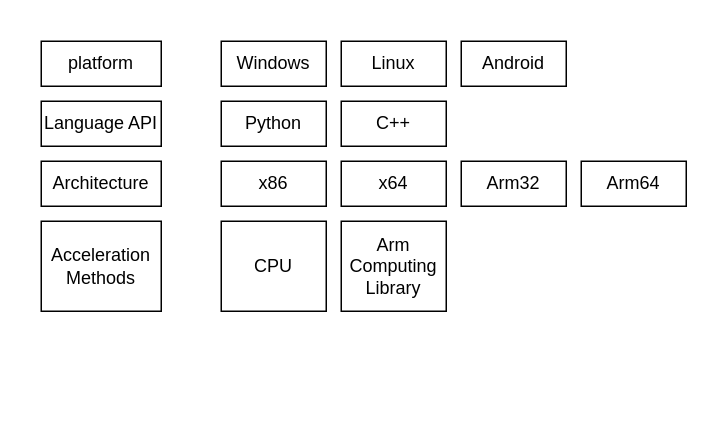
The draw.io diagram runtime.drawio in foreignbill/drawio, before the edit. Source tidied: cells renumbered, new cells numbered last; positions are measured from the earlier drawing's top-left corner, leaving out a move shared by most shapes. Both pictures are drawn from the tidied source at 150%, with x=0, y=0 at pixel (40, 40).
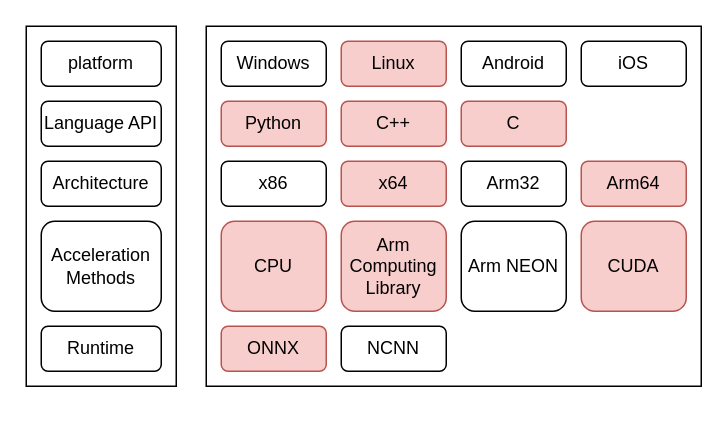
Above is the later version.

The edit, as a diff of the source:
```diff
@@
+    <mxCell id="17" style="rounded=0;whiteSpace=wrap;html=1;" parent="1" vertex="1">
+      <mxGeometry x="110" y="-10" width="330" height="240" as="geometry" />
+    </mxCell>
+    <mxCell id="18" style="rounded=0;whiteSpace=wrap;html=1;" parent="1" vertex="1">
+      <mxGeometry x="-10" y="-10" width="100" height="240" as="geometry" />
+    </mxCell>
-    <mxCell id="2" value="platform" style="rounded=0;whiteSpace=wrap;html=1;" parent="1" vertex="1">
+    <mxCell id="2" value="platform" style="rounded=1;whiteSpace=wrap;html=1;" parent="1" vertex="1">
       <mxGeometry width="80" height="30" as="geometry" />
     </mxCell>
-    <mxCell id="3" value="Language API" style="rounded=0;whiteSpace=wrap;html=1;" parent="1" vertex="1">
+    <mxCell id="3" value="Language API" style="rounded=1;whiteSpace=wrap;html=1;" parent="1" vertex="1">
       <mxGeometry y="40" width="80" height="30" as="geometry" />
     </mxCell>
-    <mxCell id="4" value="Windows" style="rounded=0;whiteSpace=wrap;html=1;" parent="1" vertex="1">
+    <mxCell id="4" value="Windows" style="rounded=1;whiteSpace=wrap;html=1;" parent="1" vertex="1">
       <mxGeometry x="120" width="70" height="30" as="geometry" />
     </mxCell>
-    <mxCell id="5" value="Linux" style="rounded=0;whiteSpace=wrap;html=1;" parent="1" vertex="1">
+    <mxCell id="5" value="Linux" style="rounded=1;whiteSpace=wrap;html=1;fillColor=#f8cecc;strokeColor=#b85450;" parent="1" vertex="1">
       <mxGeometry x="200" width="70" height="30" as="geometry" />
     </mxCell>
-    <mxCell id="6" value="Android" style="rounded=0;whiteSpace=wrap;html=1;" parent="1" vertex="1">
+    <mxCell id="6" value="Android" style="rounded=1;whiteSpace=wrap;html=1;" parent="1" vertex="1">
       <mxGeometry x="280" width="70" height="30" as="geometry" />
     </mxCell>
-    <mxCell id="7" value="Python" style="rounded=0;whiteSpace=wrap;html=1;" parent="1" vertex="1">
+    <mxCell id="7" value="Python" style="rounded=1;whiteSpace=wrap;html=1;fillColor=#f8cecc;strokeColor=#b85450;" parent="1" vertex="1">
       <mxGeometry x="120" y="40" width="70" height="30" as="geometry" />
     </mxCell>
-    <mxCell id="8" value="C++" style="rounded=0;whiteSpace=wrap;html=1;" parent="1" vertex="1">
+    <mxCell id="8" value="C++" style="rounded=1;whiteSpace=wrap;html=1;fillColor=#f8cecc;strokeColor=#b85450;" parent="1" vertex="1">
       <mxGeometry x="200" y="40" width="70" height="30" as="geometry" />
     </mxCell>
-    <mxCell id="9" value="Architecture" style="rounded=0;whiteSpace=wrap;html=1;" parent="1" vertex="1">
+    <mxCell id="9" value="Architecture" style="rounded=1;whiteSpace=wrap;html=1;" parent="1" vertex="1">
       <mxGeometry y="80" width="80" height="30" as="geometry" />
     </mxCell>
-    <mxCell id="10" value="x86" style="rounded=0;whiteSpace=wrap;html=1;" parent="1" vertex="1">
+    <mxCell id="10" value="x86" style="rounded=1;whiteSpace=wrap;html=1;" parent="1" vertex="1">
       <mxGeometry x="120" y="80" width="70" height="30" as="geometry" />
     </mxCell>
-    <mxCell id="11" value="x64" style="rounded=0;whiteSpace=wrap;html=1;" parent="1" vertex="1">
+    <mxCell id="11" value="x64" style="rounded=1;whiteSpace=wrap;html=1;fillColor=#f8cecc;strokeColor=#b85450;" parent="1" vertex="1">
       <mxGeometry x="200" y="80" width="70" height="30" as="geometry" />
     </mxCell>
-    <mxCell id="12" value="Arm32" style="rounded=0;whiteSpace=wrap;html=1;" parent="1" vertex="1">
+    <mxCell id="12" value="Arm32" style="rounded=1;whiteSpace=wrap;html=1;" parent="1" vertex="1">
       <mxGeometry x="280" y="80" width="70" height="30" as="geometry" />
     </mxCell>
-    <mxCell id="13" value="Arm64" style="rounded=0;whiteSpace=wrap;html=1;" parent="1" vertex="1">
+    <mxCell id="13" value="Arm64" style="rounded=1;whiteSpace=wrap;html=1;fillColor=#f8cecc;strokeColor=#b85450;" parent="1" vertex="1">
       <mxGeometry x="360" y="80" width="70" height="30" as="geometry" />
     </mxCell>
-    <mxCell id="14" value="Acceleration Methods" style="rounded=0;whiteSpace=wrap;html=1;" parent="1" vertex="1">
+    <mxCell id="14" value="Acceleration Methods" style="rounded=1;whiteSpace=wrap;html=1;" parent="1" vertex="1">
       <mxGeometry y="120" width="80" height="60" as="geometry" />
     </mxCell>
-    <mxCell id="15" value="CPU" style="rounded=0;whiteSpace=wrap;html=1;" parent="1" vertex="1">
+    <mxCell id="15" value="CPU" style="rounded=1;whiteSpace=wrap;html=1;fillColor=#f8cecc;strokeColor=#b85450;" parent="1" vertex="1">
       <mxGeometry x="120" y="120" width="70" height="60" as="geometry" />
     </mxCell>
-    <mxCell id="16" value="Arm Computing Library" style="rounded=0;whiteSpace=wrap;html=1;" parent="1" vertex="1">
+    <mxCell id="16" value="Arm Computing Library" style="rounded=1;whiteSpace=wrap;html=1;fillColor=#f8cecc;strokeColor=#b85450;" parent="1" vertex="1">
       <mxGeometry x="200" y="120" width="70" height="60" as="geometry" />
     </mxCell>
+    <mxCell id="19" value="Arm NEON" style="rounded=1;whiteSpace=wrap;html=1;" parent="1" vertex="1">
+      <mxGeometry x="280" y="120" width="70" height="60" as="geometry" />
+    </mxCell>
+    <mxCell id="20" value="iOS" style="rounded=1;whiteSpace=wrap;html=1;" parent="1" vertex="1">
+      <mxGeometry x="360" width="70" height="30" as="geometry" />
+    </mxCell>
+    <mxCell id="21" value="CUDA" style="rounded=1;whiteSpace=wrap;html=1;fillColor=#f8cecc;strokeColor=#b85450;" parent="1" vertex="1">
+      <mxGeometry x="360" y="120" width="70" height="60" as="geometry" />
+    </mxCell>
+    <mxCell id="22" value="C" style="rounded=1;whiteSpace=wrap;html=1;fillColor=#f8cecc;strokeColor=#b85450;" parent="1" vertex="1">
+      <mxGeometry x="280" y="40" width="70" height="30" as="geometry" />
+    </mxCell>
+    <mxCell id="23" value="Runtime" style="rounded=1;whiteSpace=wrap;html=1;" parent="1" vertex="1">
+      <mxGeometry y="190" width="80" height="30" as="geometry" />
+    </mxCell>
+    <mxCell id="24" style="edgeStyle=orthogonalEdgeStyle;rounded=0;orthogonalLoop=1;jettySize=auto;html=1;exitX=0.5;exitY=1;exitDx=0;exitDy=0;" parent="1" edge="1" source="18" target="18">
+      <mxGeometry relative="1" as="geometry" />
+    </mxCell>
+    <mxCell id="25" value="ONNX" style="rounded=1;whiteSpace=wrap;html=1;fillColor=#f8cecc;strokeColor=#b85450;" parent="1" vertex="1">
+      <mxGeometry x="120" y="190" width="70" height="30" as="geometry" />
+    </mxCell>
+    <mxCell id="26" value="NCNN" style="rounded=1;whiteSpace=wrap;html=1;" parent="1" vertex="1">
+      <mxGeometry x="200" y="190" width="70" height="30" as="geometry" />
+    </mxCell>
```
